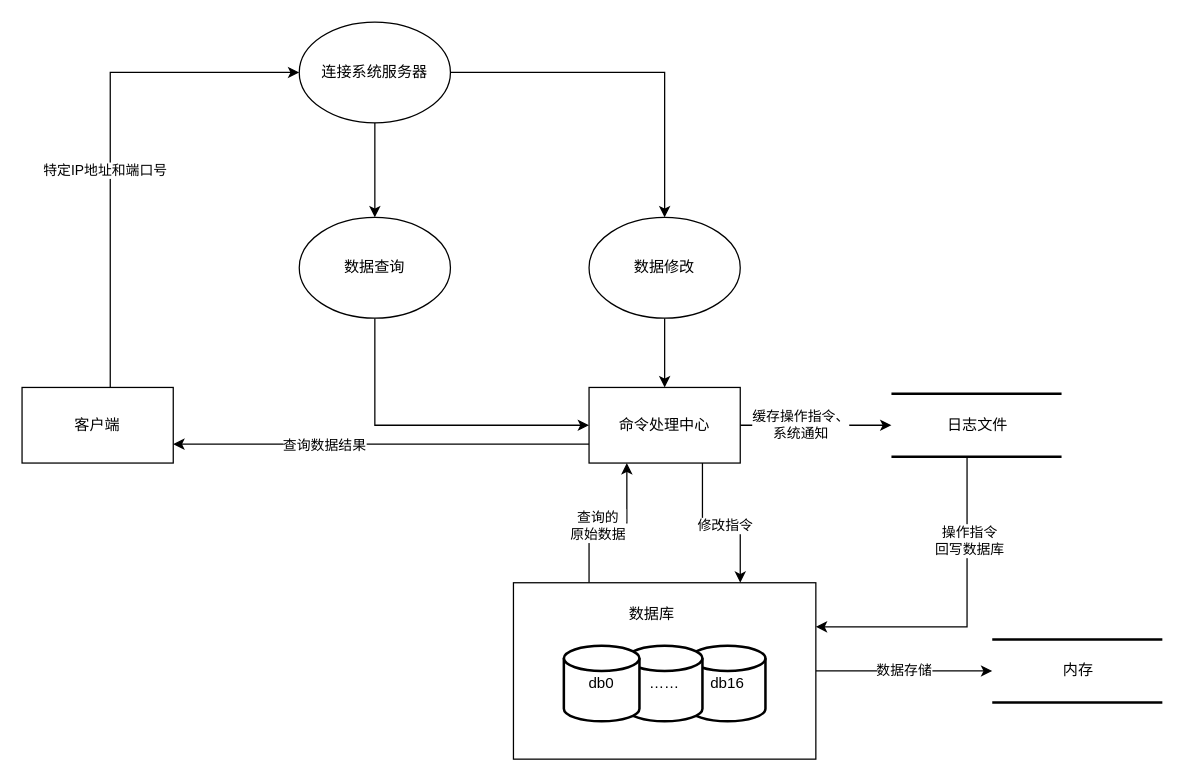
Before: diagram-net/毕设数据流图.drawio in Xuuuuuuuuuuuu/pic-repo, a draw.io diagram. Source tidied: cells renumbered, new cells numbered last; positions are measured from the earlier drawing's top-left corner, leaving out a move shared by most shapes. Both pictures are drawn from the tidied source at 126%, with x=0, y=0 at pixel (21, 21).
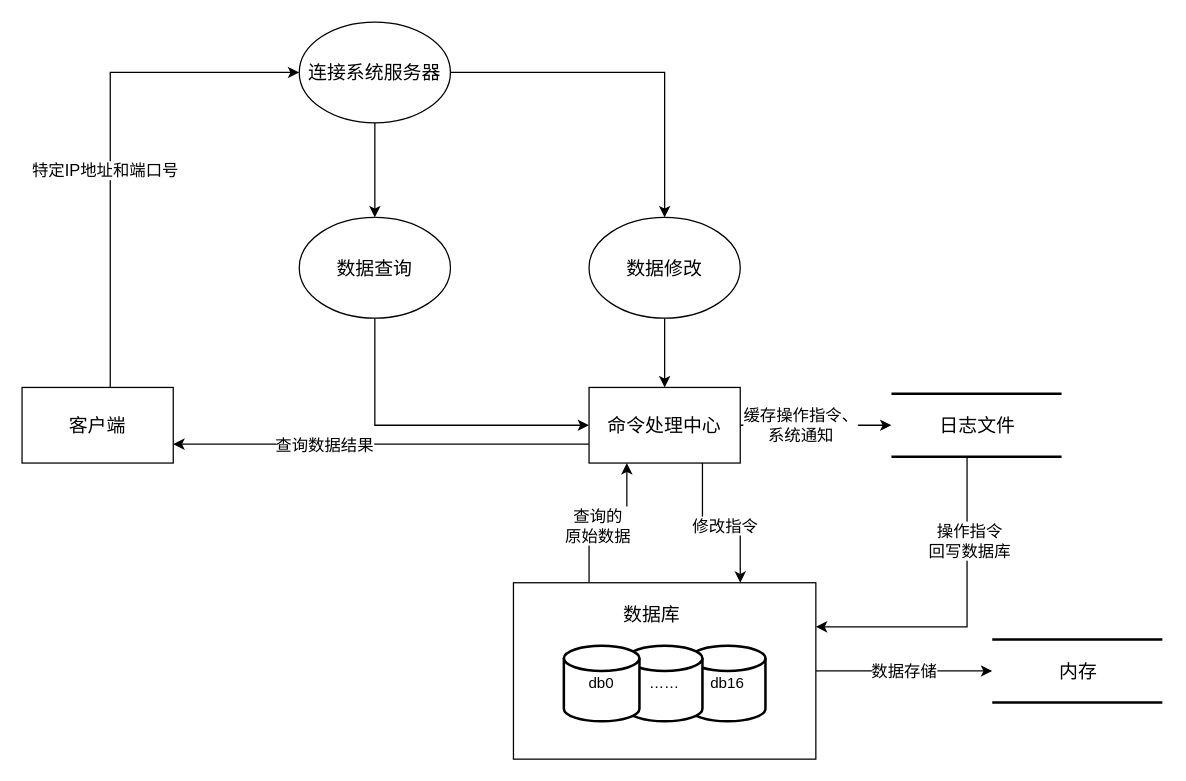
Above is the later version.

Commit message:
更新毕设数据流图.drawio

Unchanged cells that the change refers to:
```xml
<mxCell id="2" style="edgeStyle=orthogonalEdgeStyle;rounded=0;jettySize=auto;html=1;entryX=1;entryY=0.25;entryDx=0;entryDy=0;" parent="1" edge="1" source="4" target="12">
  <mxGeometry relative="1" as="geometry">
    <Array as="points">
      <mxPoint x="750" y="480" />
    </Array>
  </mxGeometry>
</mxCell>
<mxCell id="6" style="edgeStyle=orthogonalEdgeStyle;rounded=0;jettySize=auto;html=1;" parent="1" edge="1" source="8" target="19">
  <mxGeometry relative="1" as="geometry">
    <Array as="points">
      <mxPoint x="70" y="315" />
      <mxPoint x="70" y="40" />
    </Array>
  </mxGeometry>
</mxCell>
<mxCell id="10" style="edgeStyle=orthogonalEdgeStyle;rounded=0;jettySize=auto;html=1;exitX=0.25;exitY=0;exitDx=0;exitDy=0;entryX=0.25;entryY=1;entryDx=0;entryDy=0;" parent="1" edge="1" source="12" target="28">
  <mxGeometry relative="1" as="geometry" />
</mxCell>
<mxCell id="12" style="rounded=0;whiteSpace=wrap;html=1;" parent="1" vertex="1">
  <mxGeometry x="390" y="445" width="240" height="140" as="geometry" />
</mxCell>
<mxCell id="22" style="edgeStyle=orthogonalEdgeStyle;rounded=0;jettySize=auto;html=1;entryX=0;entryY=0.5;entryDx=0;entryDy=0;entryPerimeter=0;" parent="1" edge="1" source="28" target="4">
  <mxGeometry relative="1" as="geometry" />
</mxCell>
<mxCell id="24" style="edgeStyle=orthogonalEdgeStyle;rounded=0;jettySize=auto;html=1;exitX=0;exitY=0.75;exitDx=0;exitDy=0;entryX=1;entryY=0.75;entryDx=0;entryDy=0;" parent="1" edge="1" source="28" target="8">
  <mxGeometry relative="1" as="geometry" />
</mxCell>
<mxCell id="26" style="edgeStyle=orthogonalEdgeStyle;rounded=0;jettySize=auto;html=1;exitX=0.75;exitY=1;exitDx=0;exitDy=0;entryX=0.75;entryY=0;entryDx=0;entryDy=0;" parent="1" edge="1" source="28" target="12">
  <mxGeometry relative="1" as="geometry" />
</mxCell>
```

Diff of the diagram source:
```diff
@@
-    <mxCell id="3" value="操作指令&lt;br&gt;回写数据库" style="edgeLabel;html=1;align=center;verticalAlign=middle;" parent="2" vertex="1">
+    <mxCell id="3" value="操作指令&lt;br style=&quot;font-size: 13px;&quot;&gt;回写数据库" style="edgeLabel;html=1;align=center;verticalAlign=middle;fontSize=13;" parent="2" vertex="1">
       <mxGeometry x="-0.48" y="1" relative="1" as="geometry" />
     </mxCell>
-    <mxCell id="4" value="日志文件" style="html=1;rounded=0;shadow=0;comic=0;labelBackgroundColor=none;strokeWidth=2;fontFamily=Verdana;fontSize=12;align=center;shape=mxgraph.ios7ui.horLines;" parent="1" vertex="1">
+    <mxCell id="4" value="日志文件" style="html=1;rounded=0;shadow=0;comic=0;labelBackgroundColor=none;strokeWidth=2;fontFamily=Verdana;fontSize=15;align=center;shape=mxgraph.ios7ui.horLines;" parent="1" vertex="1">
       <mxGeometry x="690" y="295" width="135" height="50" as="geometry" />
     </mxCell>
-    <mxCell id="5" value="内存" style="html=1;rounded=0;shadow=0;comic=0;labelBackgroundColor=none;strokeWidth=2;fontFamily=Verdana;fontSize=12;align=center;shape=mxgraph.ios7ui.horLines;" parent="1" vertex="1">
+    <mxCell id="5" value="内存" style="html=1;rounded=0;shadow=0;comic=0;labelBackgroundColor=none;strokeWidth=2;fontFamily=Verdana;fontSize=15;align=center;shape=mxgraph.ios7ui.horLines;" parent="1" vertex="1">
       <mxGeometry x="770" y="490" width="135" height="50" as="geometry" />
     </mxCell>
@@
-    <mxCell id="7" value="特定IP地址和端口号" style="edgeLabel;html=1;align=center;verticalAlign=middle;" parent="6" vertex="1">
+    <mxCell id="7" value="特定IP地址和端口号" style="edgeLabel;html=1;align=center;verticalAlign=middle;fontSize=13;" parent="6" vertex="1">
       <mxGeometry x="-0.13" y="5" relative="1" as="geometry">
         <mxPoint y="1" as="offset" />
       </mxGeometry>
     </mxCell>
-    <mxCell id="8" value="客户端" style="rounded=0;whiteSpace=wrap;html=1;" parent="1" vertex="1">
+    <mxCell id="8" value="客户端" style="rounded=0;whiteSpace=wrap;html=1;fontSize=15;" parent="1" vertex="1">
       <mxGeometry y="290" width="120" height="60" as="geometry" />
     </mxCell>
-    <mxCell id="9" value="数据存储" style="edgeStyle=orthogonalEdgeStyle;rounded=0;jettySize=auto;html=1;entryX=0;entryY=0.5;entryDx=0;entryDy=0;entryPerimeter=0;" parent="1" edge="1" source="12" target="5">
+    <mxCell id="9" value="数据存储" style="edgeStyle=orthogonalEdgeStyle;rounded=0;jettySize=auto;html=1;entryX=0;entryY=0.5;entryDx=0;entryDy=0;entryPerimeter=0;fontSize=13;" parent="1" edge="1" source="12" target="5">
       <mxGeometry relative="1" as="geometry" />
     </mxCell>
@@
-    <mxCell id="11" value="查询的&lt;br&gt;原始数据" style="edgeLabel;html=1;align=center;verticalAlign=middle;" parent="10" vertex="1">
+    <mxCell id="11" value="查询的&lt;br style=&quot;font-size: 13px;&quot;&gt;原始数据" style="edgeLabel;html=1;align=center;verticalAlign=middle;fontSize=13;" parent="10" vertex="1">
       <mxGeometry x="-0.14" y="-2" relative="1" as="geometry" />
     </mxCell>
@@
-    <mxCell id="15" value="数据库" style="text;html=1;strokeColor=none;fillColor=none;align=center;verticalAlign=middle;whiteSpace=wrap;rounded=0;" parent="1" vertex="1">
+    <mxCell id="15" value="数据库" style="text;html=1;strokeColor=none;fillColor=none;align=center;verticalAlign=middle;whiteSpace=wrap;rounded=0;fontSize=15;" parent="1" vertex="1">
       <mxGeometry x="460" y="455" width="80" height="30" as="geometry" />
     </mxCell>
@@
-    <mxCell id="19" value="连接系统服务器" style="ellipse;whiteSpace=wrap;html=1;" parent="1" vertex="1">
+    <mxCell id="19" value="连接系统服务器" style="ellipse;whiteSpace=wrap;html=1;fontSize=15;" parent="1" vertex="1">
       <mxGeometry x="220" width="120" height="80" as="geometry" />
     </mxCell>
@@
-    <mxCell id="21" value="数据修改" style="ellipse;whiteSpace=wrap;html=1;" parent="1" vertex="1">
+    <mxCell id="21" value="数据修改" style="ellipse;whiteSpace=wrap;html=1;fontSize=15;" parent="1" vertex="1">
       <mxGeometry x="450" y="155" width="120" height="80" as="geometry" />
     </mxCell>
@@
-    <mxCell id="23" value="缓存操作指令、&lt;br&gt;系统通知" style="edgeLabel;html=1;align=center;verticalAlign=middle;" parent="22" vertex="1">
+    <mxCell id="23" value="缓存操作指令、&lt;br style=&quot;font-size: 13px;&quot;&gt;系统通知" style="edgeLabel;html=1;align=center;verticalAlign=middle;fontSize=13;" parent="22" vertex="1">
       <mxGeometry x="-0.22" y="2" relative="1" as="geometry">
         <mxPoint y="1" as="offset" />
       </mxGeometry>
     </mxCell>
@@
-    <mxCell id="25" value="查询数据结果" style="edgeLabel;html=1;align=center;verticalAlign=middle;" parent="24" vertex="1">
+    <mxCell id="25" value="查询数据结果" style="edgeLabel;html=1;align=center;verticalAlign=middle;fontSize=13;" parent="24" vertex="1">
       <mxGeometry x="0.28" relative="1" as="geometry" />
     </mxCell>
@@
-    <mxCell id="27" value="修改指令" style="edgeLabel;html=1;align=center;verticalAlign=middle;" parent="26" vertex="1">
+    <mxCell id="27" value="修改指令" style="edgeLabel;html=1;align=center;verticalAlign=middle;fontSize=13;" parent="26" vertex="1">
       <mxGeometry x="0.04" y="-2" relative="1" as="geometry" />
     </mxCell>
-    <mxCell id="28" value="命令处理中心" style="rounded=0;whiteSpace=wrap;html=1;" parent="1" vertex="1">
+    <mxCell id="28" value="命令处理中心" style="rounded=0;whiteSpace=wrap;html=1;fontSize=15;" parent="1" vertex="1">
       <mxGeometry x="450" y="290" width="120" height="60" as="geometry" />
     </mxCell>
@@
-    <mxCell id="30" value="数据查询" style="ellipse;whiteSpace=wrap;html=1;" parent="1" vertex="1">
+    <mxCell id="30" value="数据查询" style="ellipse;whiteSpace=wrap;html=1;fontSize=15;" parent="1" vertex="1">
       <mxGeometry x="220" y="155" width="120" height="80" as="geometry" />
     </mxCell>
```
